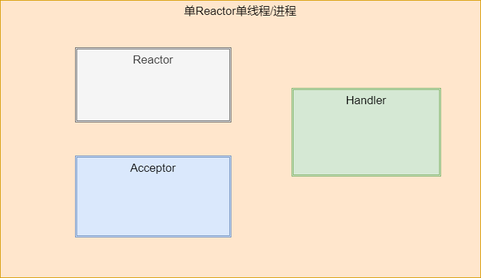
muxicode/c153080686 keeps this draw.io diagram as Reactor.drawio.png. Above is the earlier version. Source tidied: cells renumbered, new cells last; positions are measured from the earlier drawing's top-left corner, leaving out a move shared by most shapes. Source of this version:
```xml
<mxGraphModel>
  <root>
    <mxCell id="0" />
    <mxCell id="1" parent="0" />
    <mxCell id="2" value="单Reactor单线程/进程" style="rounded=0;whiteSpace=wrap;html=1;fontSize=17;verticalAlign=top;fillColor=#ffe6cc;strokeColor=#d79b00;" parent="1" vertex="1">
      <mxGeometry width="710" height="410" as="geometry" />
    </mxCell>
    <mxCell id="3" value="Reactor" style="shape=ext;double=1;rounded=0;whiteSpace=wrap;html=1;fontSize=17;verticalAlign=top;fillColor=#f5f5f5;fontColor=#333333;strokeColor=#666666;" parent="1" vertex="1">
      <mxGeometry x="111" y="70" width="230" height="110" as="geometry" />
    </mxCell>
    <mxCell id="4" value="Acceptor" style="shape=ext;double=1;rounded=0;whiteSpace=wrap;html=1;fontSize=17;verticalAlign=top;fillColor=#dae8fc;strokeColor=#6c8ebf;" parent="1" vertex="1">
      <mxGeometry x="111" y="230" width="230" height="120" as="geometry" />
    </mxCell>
    <mxCell id="5" value="Handler" style="shape=ext;double=1;rounded=0;whiteSpace=wrap;html=1;fontSize=17;verticalAlign=top;fillColor=#d5e8d4;strokeColor=#82b366;" parent="1" vertex="1">
      <mxGeometry x="431" y="130" width="220" height="130" as="geometry" />
    </mxCell>
  </root>
</mxGraphModel>
```
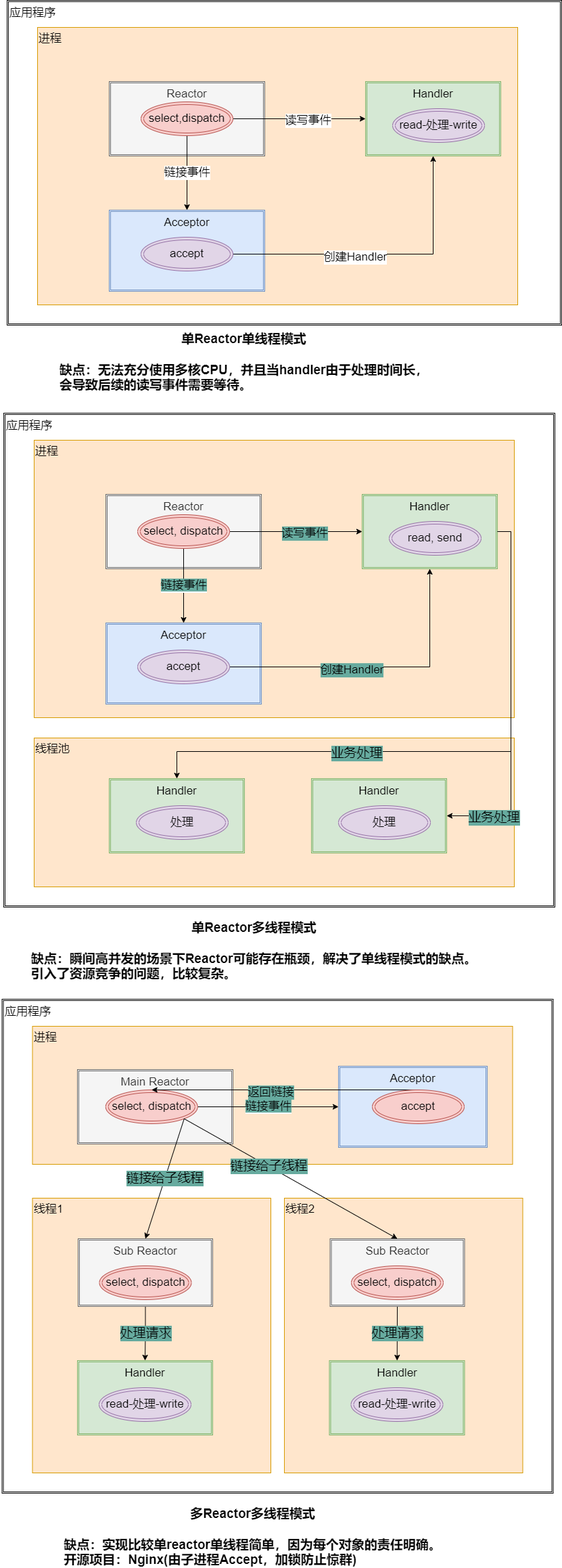
The same diagram one commit later.

The edit, as a diff of the source:
```diff
@@ -2,17 +2,197 @@
   <root>
     <mxCell id="0" />
     <mxCell id="1" parent="0" />
+    <mxCell id="6" value="应用程序" style="shape=ext;double=1;rounded=0;whiteSpace=wrap;html=1;comic=0;fontSize=17;gradientColor=none;verticalAlign=top;align=left;" parent="1" vertex="1">
+      <mxGeometry x="-40" y="-50" width="820" height="480" as="geometry" />
+    </mxCell>
-    <mxCell id="2" value="单Reactor单线程/进程" style="rounded=0;whiteSpace=wrap;html=1;fontSize=17;verticalAlign=top;fillColor=#ffe6cc;strokeColor=#d79b00;" parent="1" vertex="1">
-      <mxGeometry width="710" height="410" as="geometry" />
+    <mxCell id="2" value="进程" style="rounded=0;whiteSpace=wrap;html=1;fontSize=17;verticalAlign=top;fillColor=#ffe6cc;strokeColor=#d79b00;align=left;" parent="1" vertex="1">
+      <mxGeometry x="5" y="-10" width="710" height="410" as="geometry" />
     </mxCell>
     <mxCell id="3" value="Reactor" style="shape=ext;double=1;rounded=0;whiteSpace=wrap;html=1;fontSize=17;verticalAlign=top;fillColor=#f5f5f5;fontColor=#333333;strokeColor=#666666;" parent="1" vertex="1">
       <mxGeometry x="111" y="70" width="230" height="110" as="geometry" />
     </mxCell>
     <mxCell id="4" value="Acceptor" style="shape=ext;double=1;rounded=0;whiteSpace=wrap;html=1;fontSize=17;verticalAlign=top;fillColor=#dae8fc;strokeColor=#6c8ebf;" parent="1" vertex="1">
-      <mxGeometry x="111" y="230" width="230" height="120" as="geometry" />
+      <mxGeometry x="111" y="260" width="230" height="120" as="geometry" />
     </mxCell>
     <mxCell id="5" value="Handler" style="shape=ext;double=1;rounded=0;whiteSpace=wrap;html=1;fontSize=17;verticalAlign=top;fillColor=#d5e8d4;strokeColor=#82b366;" parent="1" vertex="1">
-      <mxGeometry x="431" y="130" width="220" height="130" as="geometry" />
+      <mxGeometry x="490" y="70" width="200" height="110" as="geometry" />
     </mxCell>
+    <mxCell id="7" value="链接事件" style="edgeStyle=orthogonalEdgeStyle;rounded=0;jettySize=auto;html=1;fontSize=17;" parent="1" edge="1" source="10" target="4">
+      <mxGeometry relative="1" as="geometry" />
+    </mxCell>
+    <mxCell id="8" style="edgeStyle=orthogonalEdgeStyle;rounded=0;jettySize=auto;html=1;exitX=1;exitY=0.5;exitDx=0;exitDy=0;entryX=0;entryY=0.5;entryDx=0;entryDy=0;fontSize=17;" parent="1" edge="1" source="10" target="5">
+      <mxGeometry relative="1" as="geometry" />
+    </mxCell>
+    <mxCell id="9" value="读写事件" style="edgeLabel;html=1;align=center;verticalAlign=middle;fontSize=17;" parent="8" vertex="1">
+      <mxGeometry x="0.12" y="-2" relative="1" as="geometry" />
+    </mxCell>
+    <mxCell id="10" value="select,dispatch" style="ellipse;shape=doubleEllipse;whiteSpace=wrap;html=1;fontSize=17;fillColor=#f8cecc;strokeColor=#b85450;" parent="1" vertex="1">
+      <mxGeometry x="158" y="100" width="136" height="50" as="geometry" />
+    </mxCell>
+    <mxCell id="11" style="edgeStyle=orthogonalEdgeStyle;rounded=0;jettySize=auto;html=1;exitX=1;exitY=0.5;exitDx=0;exitDy=0;fontSize=17;" parent="1" edge="1" source="13" target="5">
+      <mxGeometry relative="1" as="geometry" />
+    </mxCell>
+    <mxCell id="12" value="创建Handler" style="edgeLabel;html=1;align=center;verticalAlign=middle;fontSize=17;" parent="11" vertex="1">
+      <mxGeometry x="-0.18" y="-4" relative="1" as="geometry" />
+    </mxCell>
+    <mxCell id="13" value="accept" style="ellipse;shape=doubleEllipse;whiteSpace=wrap;html=1;fontSize=17;fillColor=#e1d5e7;strokeColor=#9673a6;" parent="1" vertex="1">
+      <mxGeometry x="158" y="300" width="136" height="50" as="geometry" />
+    </mxCell>
+    <mxCell id="14" value="read-处理-write" style="ellipse;shape=doubleEllipse;whiteSpace=wrap;html=1;fontSize=17;fillColor=#e1d5e7;strokeColor=#9673a6;" parent="1" vertex="1">
+      <mxGeometry x="530" y="110" width="136" height="50" as="geometry" />
+    </mxCell>
+    <mxCell id="15" value="&lt;div style=&quot;&quot;&gt;&lt;span style=&quot;background-color: initial;&quot;&gt;单Reactor单线程模式&lt;/span&gt;&lt;/div&gt;&lt;br&gt;缺点：无法充分使用多核CPU，并且当handler由于处理时间长，&lt;br style=&quot;font-size: 19px;&quot;&gt;&lt;div style=&quot;text-align: left;&quot;&gt;&lt;span style=&quot;background-color: initial;&quot;&gt;会导致后续的读写事件需要等待。&lt;/span&gt;&lt;/div&gt;" style="text;strokeColor=none;fillColor=none;html=1;fontSize=19;fontStyle=1;verticalAlign=middle;align=center;" parent="1" vertex="1">
+      <mxGeometry x="-50" y="440" width="720" height="90" as="geometry" />
+    </mxCell>
+    <mxCell id="16" value="应用程序" style="shape=ext;double=1;rounded=0;whiteSpace=wrap;html=1;comic=0;fontSize=17;gradientColor=none;verticalAlign=top;align=left;" parent="1" vertex="1">
+      <mxGeometry x="-45" y="560" width="815" height="730" as="geometry" />
+    </mxCell>
+    <mxCell id="17" value="进程" style="rounded=0;whiteSpace=wrap;html=1;fontSize=17;verticalAlign=top;fillColor=#ffe6cc;strokeColor=#d79b00;align=left;" parent="1" vertex="1">
+      <mxGeometry y="600" width="710" height="410" as="geometry" />
+    </mxCell>
+    <mxCell id="18" value="Reactor" style="shape=ext;double=1;rounded=0;whiteSpace=wrap;html=1;fontSize=17;verticalAlign=top;fillColor=#f5f5f5;fontColor=#333333;strokeColor=#666666;" parent="1" vertex="1">
+      <mxGeometry x="106" y="680" width="230" height="110" as="geometry" />
+    </mxCell>
+    <mxCell id="19" value="Acceptor" style="shape=ext;double=1;rounded=0;whiteSpace=wrap;html=1;fontSize=17;verticalAlign=top;fillColor=#dae8fc;strokeColor=#6c8ebf;" parent="1" vertex="1">
+      <mxGeometry x="106" y="870" width="230" height="120" as="geometry" />
+    </mxCell>
+    <mxCell id="20" value="Handler" style="shape=ext;double=1;rounded=0;whiteSpace=wrap;html=1;fontSize=17;verticalAlign=top;fillColor=#d5e8d4;strokeColor=#82b366;" parent="1" vertex="1">
+      <mxGeometry x="485" y="680" width="200" height="110" as="geometry" />
+    </mxCell>
+    <mxCell id="21" value="&lt;span style=&quot;background-color: rgb(103, 171, 159);&quot;&gt;链接事件&lt;/span&gt;" style="edgeStyle=orthogonalEdgeStyle;rounded=0;jettySize=auto;html=1;fontSize=17;" parent="1" edge="1" source="24" target="19">
+      <mxGeometry relative="1" as="geometry" />
+    </mxCell>
+    <mxCell id="22" style="edgeStyle=orthogonalEdgeStyle;rounded=0;jettySize=auto;html=1;exitX=1;exitY=0.5;exitDx=0;exitDy=0;entryX=0;entryY=0.5;entryDx=0;entryDy=0;fontSize=17;" parent="1" edge="1" source="24" target="20">
+      <mxGeometry relative="1" as="geometry" />
+    </mxCell>
+    <mxCell id="23" value="读写事件" style="edgeLabel;html=1;align=center;verticalAlign=middle;fontSize=17;labelBackgroundColor=#67AB9F;" parent="22" vertex="1">
+      <mxGeometry x="0.12" y="-2" relative="1" as="geometry" />
+    </mxCell>
+    <mxCell id="24" value="select, dispatch" style="ellipse;shape=doubleEllipse;whiteSpace=wrap;html=1;fontSize=17;fillColor=#f8cecc;strokeColor=#b85450;" parent="1" vertex="1">
+      <mxGeometry x="153" y="710" width="136" height="50" as="geometry" />
+    </mxCell>
+    <mxCell id="25" style="edgeStyle=orthogonalEdgeStyle;rounded=0;jettySize=auto;html=1;exitX=1;exitY=0.5;exitDx=0;exitDy=0;fontSize=17;" parent="1" edge="1" source="27" target="20">
+      <mxGeometry relative="1" as="geometry" />
+    </mxCell>
+    <mxCell id="26" value="创建Handler" style="edgeLabel;html=1;align=center;verticalAlign=middle;fontSize=17;labelBackgroundColor=#67AB9F;" parent="25" vertex="1">
+      <mxGeometry x="-0.18" y="-4" relative="1" as="geometry" />
+    </mxCell>
+    <mxCell id="27" value="accept" style="ellipse;shape=doubleEllipse;whiteSpace=wrap;html=1;fontSize=17;fillColor=#e1d5e7;strokeColor=#9673a6;" parent="1" vertex="1">
+      <mxGeometry x="153" y="910" width="136" height="50" as="geometry" />
+    </mxCell>
+    <mxCell id="28" value="read, send" style="ellipse;shape=doubleEllipse;whiteSpace=wrap;html=1;fontSize=17;fillColor=#e1d5e7;strokeColor=#9673a6;" parent="1" vertex="1">
+      <mxGeometry x="525" y="720" width="136" height="50" as="geometry" />
+    </mxCell>
+    <mxCell id="29" value="&lt;div style=&quot;&quot;&gt;&lt;span style=&quot;background-color: initial;&quot;&gt;单Reactor多线程模式&lt;/span&gt;&lt;/div&gt;&lt;br&gt;&lt;div style=&quot;text-align: left;&quot;&gt;&lt;span style=&quot;background-color: initial;&quot;&gt;缺点：瞬间高并发的场景下Reactor可能存在瓶颈，解决了单线程模式的缺点。&lt;/span&gt;&lt;/div&gt;&lt;div style=&quot;text-align: left;&quot;&gt;引入了资源竞争的问题，比较复杂。&lt;/div&gt;" style="text;strokeColor=none;fillColor=none;html=1;fontSize=19;fontStyle=1;verticalAlign=middle;align=center;" parent="1" vertex="1">
+      <mxGeometry x="-35" y="1310" width="720" height="90" as="geometry" />
+    </mxCell>
+    <mxCell id="30" value="线程池" style="rounded=0;whiteSpace=wrap;html=1;fontSize=17;verticalAlign=top;fillColor=#ffe6cc;strokeColor=#d79b00;align=left;" parent="1" vertex="1">
+      <mxGeometry y="1040" width="710" height="220" as="geometry" />
+    </mxCell>
+    <mxCell id="31" value="Handler" style="shape=ext;double=1;rounded=0;whiteSpace=wrap;html=1;fontSize=17;verticalAlign=top;fillColor=#d5e8d4;strokeColor=#82b366;" parent="1" vertex="1">
+      <mxGeometry x="111" y="1100" width="200" height="110" as="geometry" />
+    </mxCell>
+    <mxCell id="32" value="处理" style="ellipse;shape=doubleEllipse;whiteSpace=wrap;html=1;fontSize=17;fillColor=#e1d5e7;strokeColor=#9673a6;" parent="1" vertex="1">
+      <mxGeometry x="151" y="1140" width="136" height="50" as="geometry" />
+    </mxCell>
+    <mxCell id="33" value="Handler" style="shape=ext;double=1;rounded=0;whiteSpace=wrap;html=1;fontSize=17;verticalAlign=top;fillColor=#d5e8d4;strokeColor=#82b366;" parent="1" vertex="1">
+      <mxGeometry x="410" y="1100" width="200" height="110" as="geometry" />
+    </mxCell>
+    <mxCell id="34" value="处理" style="ellipse;shape=doubleEllipse;whiteSpace=wrap;html=1;fontSize=17;fillColor=#e1d5e7;strokeColor=#9673a6;" parent="1" vertex="1">
+      <mxGeometry x="450" y="1140" width="136" height="50" as="geometry" />
+    </mxCell>
+    <mxCell id="35" style="edgeStyle=orthogonalEdgeStyle;rounded=0;jumpStyle=none;jettySize=auto;html=1;exitX=1;exitY=0.5;exitDx=0;exitDy=0;entryX=1;entryY=0.5;entryDx=0;entryDy=0;fontSize=19;" parent="1" edge="1" source="20" target="33">
+      <mxGeometry relative="1" as="geometry" />
+    </mxCell>
+    <mxCell id="36" value="业务处理" style="edgeLabel;html=1;align=center;verticalAlign=middle;fontSize=19;labelBackgroundColor=#67AB9F;" parent="35" vertex="1">
+      <mxGeometry x="0.74" y="2" relative="1" as="geometry" />
+    </mxCell>
+    <mxCell id="37" style="edgeStyle=orthogonalEdgeStyle;rounded=0;jumpStyle=none;jettySize=auto;html=1;exitX=1;exitY=0.5;exitDx=0;exitDy=0;fontSize=19;" parent="1" edge="1" source="20" target="31">
+      <mxGeometry relative="1" as="geometry">
+        <Array as="points">
+          <mxPoint x="705" y="735" />
+          <mxPoint x="705" y="1060" />
+          <mxPoint x="211" y="1060" />
+        </Array>
+      </mxGeometry>
+    </mxCell>
+    <mxCell id="38" value="业务处理" style="edgeLabel;html=1;align=center;verticalAlign=middle;fontSize=19;labelBackgroundColor=#67AB9F;" parent="37" vertex="1">
+      <mxGeometry x="0.31" y="2" relative="1" as="geometry" />
+    </mxCell>
+    <mxCell id="39" value="应用程序" style="shape=ext;double=1;rounded=0;whiteSpace=wrap;html=1;comic=0;fontSize=17;gradientColor=none;verticalAlign=top;align=left;" parent="1" vertex="1">
+      <mxGeometry x="-47.5" y="1426" width="815" height="730" as="geometry" />
+    </mxCell>
+    <mxCell id="40" value="进程" style="rounded=0;whiteSpace=wrap;html=1;fontSize=17;verticalAlign=top;fillColor=#ffe6cc;strokeColor=#d79b00;align=left;" parent="1" vertex="1">
+      <mxGeometry x="-2.5" y="1466" width="710" height="204" as="geometry" />
+    </mxCell>
+    <mxCell id="41" value="Main Reactor" style="shape=ext;double=1;rounded=0;whiteSpace=wrap;html=1;fontSize=17;verticalAlign=top;fillColor=#f5f5f5;fontColor=#333333;strokeColor=#666666;" parent="1" vertex="1">
+      <mxGeometry x="64" y="1530" width="230" height="110" as="geometry" />
+    </mxCell>
+    <mxCell id="42" value="Acceptor" style="shape=ext;double=1;rounded=0;whiteSpace=wrap;html=1;fontSize=17;verticalAlign=top;fillColor=#dae8fc;strokeColor=#6c8ebf;" parent="1" vertex="1">
+      <mxGeometry x="450" y="1525" width="220" height="120" as="geometry" />
+    </mxCell>
+    <mxCell id="43" value="&lt;span style=&quot;background-color: rgb(103, 171, 159);&quot;&gt;链接事件&lt;/span&gt;" style="edgeStyle=orthogonalEdgeStyle;rounded=0;jettySize=auto;html=1;fontSize=17;entryX=0;entryY=0.5;entryDx=0;entryDy=0;" parent="1" edge="1" source="44" target="42">
+      <mxGeometry relative="1" as="geometry" />
+    </mxCell>
+    <mxCell id="44" value="select, dispatch" style="ellipse;shape=doubleEllipse;whiteSpace=wrap;html=1;fontSize=17;fillColor=#f8cecc;strokeColor=#b85450;" parent="1" vertex="1">
+      <mxGeometry x="105.8" y="1560" width="136" height="50" as="geometry" />
+    </mxCell>
+    <mxCell id="45" value="&lt;div style=&quot;&quot;&gt;&lt;span style=&quot;background-color: initial;&quot;&gt;多Reactor多线程模式&lt;/span&gt;&lt;/div&gt;&lt;br&gt;&lt;div style=&quot;text-align: left;&quot;&gt;&lt;span style=&quot;background-color: initial;&quot;&gt;缺点：实现比较单reactor单线程简单，因为每个对象的责任明确。&lt;/span&gt;&lt;/div&gt;&lt;div style=&quot;text-align: left;&quot;&gt;&lt;span style=&quot;background-color: initial;&quot;&gt;开源项目：Nginx(由子进程Accept，加锁防止惊群)&lt;/span&gt;&lt;/div&gt;" style="text;strokeColor=none;fillColor=none;html=1;fontSize=19;fontStyle=1;verticalAlign=middle;align=center;" parent="1" vertex="1">
+      <mxGeometry x="-37.5" y="2176" width="720" height="90" as="geometry" />
+    </mxCell>
+    <mxCell id="46" value="线程1" style="rounded=0;whiteSpace=wrap;html=1;fontSize=17;verticalAlign=top;fillColor=#ffe6cc;strokeColor=#d79b00;align=left;" parent="1" vertex="1">
+      <mxGeometry x="-2.5" y="1720" width="352.5" height="406" as="geometry" />
+    </mxCell>
+    <mxCell id="47" value="Handler" style="shape=ext;double=1;rounded=0;whiteSpace=wrap;html=1;fontSize=17;verticalAlign=top;fillColor=#d5e8d4;strokeColor=#82b366;" parent="1" vertex="1">
+      <mxGeometry x="64" y="1960" width="200" height="110" as="geometry" />
+    </mxCell>
+    <mxCell id="48" value="read-处理-write" style="ellipse;shape=doubleEllipse;whiteSpace=wrap;html=1;fontSize=17;fillColor=#e1d5e7;strokeColor=#9673a6;" parent="1" vertex="1">
+      <mxGeometry x="96" y="2000" width="136" height="50" as="geometry" />
+    </mxCell>
+    <mxCell id="49" value="处理请求" style="edgeStyle=orthogonalEdgeStyle;rounded=0;jumpStyle=none;jettySize=auto;html=1;exitX=0.5;exitY=1;exitDx=0;exitDy=0;labelBackgroundColor=#67AB9F;fontSize=19;fontColor=#000000;" parent="1" edge="1" source="50" target="47">
+      <mxGeometry relative="1" as="geometry" />
+    </mxCell>
+    <mxCell id="50" value="Sub Reactor" style="shape=ext;double=1;rounded=0;whiteSpace=wrap;html=1;fontSize=17;verticalAlign=top;fillColor=#f5f5f5;fontColor=#333333;strokeColor=#666666;" parent="1" vertex="1">
+      <mxGeometry x="65" y="1780" width="199" height="100" as="geometry" />
+    </mxCell>
+    <mxCell id="51" value="select, dispatch" style="ellipse;shape=doubleEllipse;whiteSpace=wrap;html=1;fontSize=17;fillColor=#f8cecc;strokeColor=#b85450;" parent="1" vertex="1">
+      <mxGeometry x="96.5" y="1820" width="136" height="50" as="geometry" />
+    </mxCell>
+    <mxCell id="52" style="edgeStyle=none;rounded=0;jumpStyle=none;jettySize=auto;html=1;exitX=0.5;exitY=0;exitDx=0;exitDy=0;entryX=0.5;entryY=0;entryDx=0;entryDy=0;labelBackgroundColor=#67AB9F;fontSize=19;fontColor=#000000;" parent="1" edge="1" source="54" target="44">
+      <mxGeometry relative="1" as="geometry" />
+    </mxCell>
+    <mxCell id="53" value="返回链接" style="edgeLabel;html=1;align=center;verticalAlign=middle;fontSize=17;fontColor=#000000;labelBackgroundColor=#67AB9F;" parent="52" vertex="1">
+      <mxGeometry x="0.11" y="3" relative="1" as="geometry" />
+    </mxCell>
+    <mxCell id="54" value="accept" style="ellipse;shape=doubleEllipse;whiteSpace=wrap;html=1;fontSize=17;fillColor=#f8cecc;strokeColor=#b85450;" parent="1" vertex="1">
+      <mxGeometry x="500" y="1560" width="136" height="50" as="geometry" />
+    </mxCell>
+    <mxCell id="55" value="线程2" style="rounded=0;whiteSpace=wrap;html=1;fontSize=17;verticalAlign=top;fillColor=#ffe6cc;strokeColor=#d79b00;align=left;" parent="1" vertex="1">
+      <mxGeometry x="370" y="1720" width="352.5" height="406" as="geometry" />
+    </mxCell>
+    <mxCell id="56" value="Handler" style="shape=ext;double=1;rounded=0;whiteSpace=wrap;html=1;fontSize=17;verticalAlign=top;fillColor=#d5e8d4;strokeColor=#82b366;" parent="1" vertex="1">
+      <mxGeometry x="436.5" y="1960" width="200" height="110" as="geometry" />
+    </mxCell>
+    <mxCell id="57" value="read-处理-write" style="ellipse;shape=doubleEllipse;whiteSpace=wrap;html=1;fontSize=17;fillColor=#e1d5e7;strokeColor=#9673a6;" parent="1" vertex="1">
+      <mxGeometry x="468.5" y="2000" width="136" height="50" as="geometry" />
+    </mxCell>
+    <mxCell id="58" value="处理请求" style="edgeStyle=none;rounded=0;jumpStyle=none;jettySize=auto;html=1;exitX=0.5;exitY=1;exitDx=0;exitDy=0;labelBackgroundColor=#67AB9F;fontSize=19;fontColor=#000000;" parent="1" edge="1" source="59" target="56">
+      <mxGeometry relative="1" as="geometry" />
+    </mxCell>
+    <mxCell id="59" value="Sub Reactor" style="shape=ext;double=1;rounded=0;whiteSpace=wrap;html=1;fontSize=17;verticalAlign=top;fillColor=#f5f5f5;fontColor=#333333;strokeColor=#666666;" parent="1" vertex="1">
+      <mxGeometry x="437.5" y="1780" width="199" height="100" as="geometry" />
+    </mxCell>
+    <mxCell id="60" value="select, dispatch" style="ellipse;shape=doubleEllipse;whiteSpace=wrap;html=1;fontSize=17;fillColor=#f8cecc;strokeColor=#b85450;" parent="1" vertex="1">
+      <mxGeometry x="469" y="1820" width="136" height="50" as="geometry" />
+    </mxCell>
+    <mxCell id="61" value="&lt;font color=&quot;#000000&quot;&gt;链接给子线程&lt;/font&gt;" style="edgeStyle=none;rounded=0;jumpStyle=none;jettySize=auto;html=1;exitX=1;exitY=1;exitDx=0;exitDy=0;entryX=0.5;entryY=0;entryDx=0;entryDy=0;labelBackgroundColor=#67AB9F;fontSize=19;fontColor=#E6D0DE;" parent="1" edge="1" source="44" target="50">
+      <mxGeometry relative="1" as="geometry" />
+    </mxCell>
+    <mxCell id="62" style="rounded=0;jumpStyle=none;jettySize=auto;html=1;exitX=1;exitY=1;exitDx=0;exitDy=0;labelBackgroundColor=#67AB9F;fontSize=19;fontColor=#E6D0DE;entryX=0.5;entryY=0;entryDx=0;entryDy=0;" parent="1" edge="1" source="44" target="59">
+      <mxGeometry relative="1" as="geometry" />
+    </mxCell>
+    <mxCell id="63" value="链接给子线程" style="edgeLabel;html=1;align=center;verticalAlign=middle;fontSize=19;fontColor=#000000;labelBackgroundColor=#67AB9F;" parent="62" vertex="1">
+      <mxGeometry x="-0.21" relative="1" as="geometry" />
+    </mxCell>
   </root>
 </mxGraphModel>
```
